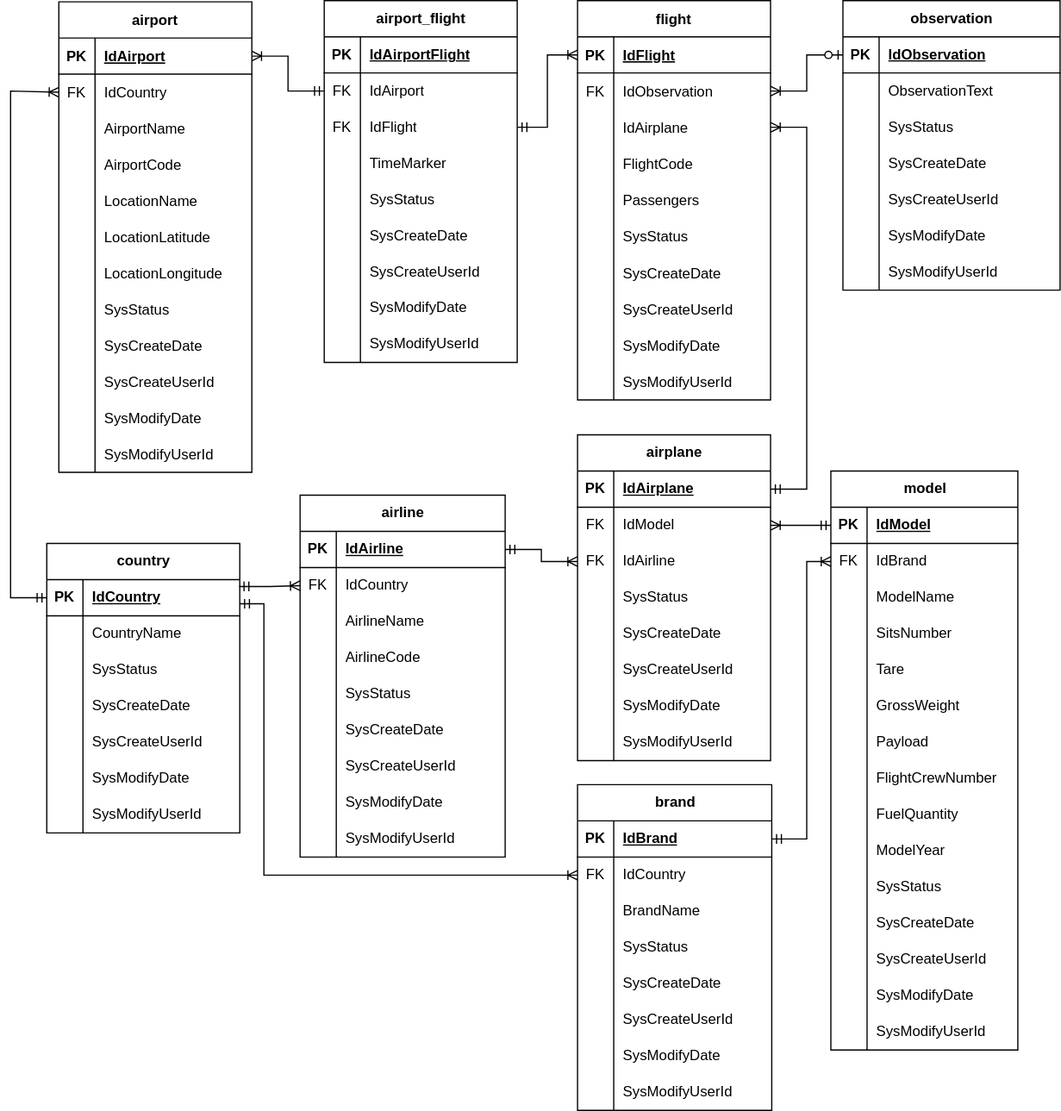
Earlier version of the draw.io export DER.drawio.svg (DanielDuarte-Developer/ProjetoBDFlightRadar). Source tidied: cells renumbered, new cells last; positions are measured from the earlier drawing's top-left corner, leaving out a move shared by most shapes.
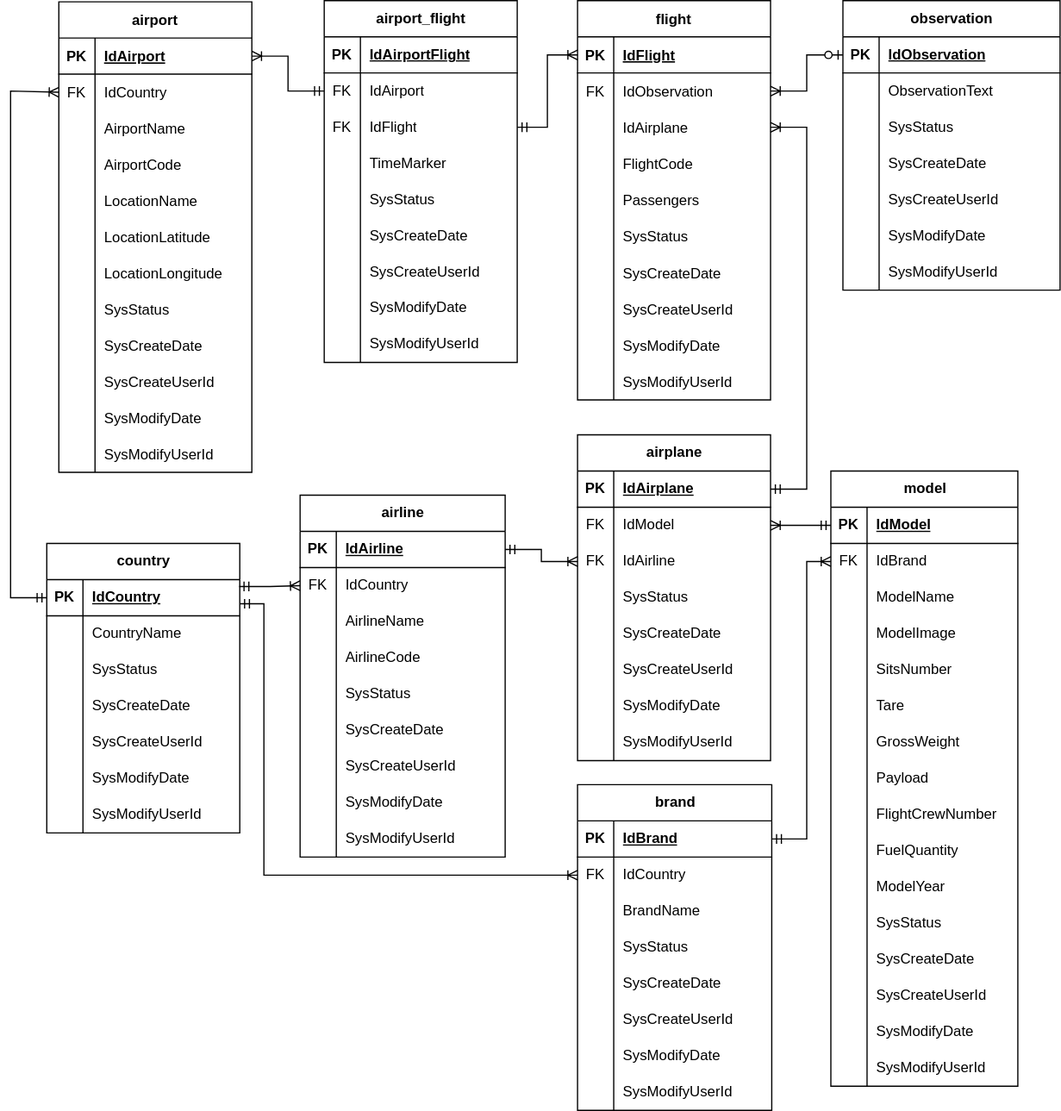
After the commit.

Diff of the diagram source:
```diff
@@ -432,7 +432,7 @@
       <mxGeometry x="30" width="130" height="30" as="geometry" />
     </mxCell>
     <mxCell id="145" value="model" style="shape=table;startSize=30;rowLines=0;fontStyle=1;align=center;html=1;" parent="1" vertex="1">
-      <mxGeometry x="680" y="390" width="155" height="480" as="geometry" />
+      <mxGeometry x="680" y="390" width="155" height="510" as="geometry" />
     </mxCell>
     <mxCell id="146" style="shape=tableRow;horizontal=0;startSize=0;swimlaneHead=0;swimlaneBody=0;fillColor=none;points=[[0,0.5],[1,0.5]];portConstraint=eastwest;top=0;left=0;right=0;bottom=1;" parent="145" vertex="1">
       <mxGeometry y="30" width="155" height="30" as="geometry" />
@@ -461,8 +461,17 @@
     <mxCell id="154" value="ModelName" style="shape=partialRectangle;fillColor=none;top=0;left=0;bottom=0;right=0;align=left;spacingLeft=6;overflow=hidden;whiteSpace=wrap;html=1;" parent="152" vertex="1">
       <mxGeometry x="30" width="125" height="30" as="geometry" />
     </mxCell>
+    <mxCell id="276" style="shape=tableRow;horizontal=0;startSize=0;swimlaneHead=0;swimlaneBody=0;fillColor=none;top=0;left=0;right=0;bottom=0;" parent="145" vertex="1">
+      <mxGeometry y="120" width="155" height="30" as="geometry" />
+    </mxCell>
+    <mxCell id="277" style="shape=partialRectangle;fillColor=none;top=0;left=0;bottom=0;right=0;overflow=hidden;whiteSpace=wrap;html=1;" parent="276" vertex="1">
+      <mxGeometry width="30" height="30" as="geometry" />
+    </mxCell>
+    <mxCell id="278" value="ModelImage" style="shape=partialRectangle;fillColor=none;top=0;left=0;bottom=0;right=0;align=left;spacingLeft=6;overflow=hidden;whiteSpace=wrap;html=1;" parent="276" vertex="1">
+      <mxGeometry x="30" width="125" height="30" as="geometry" />
+    </mxCell>
     <mxCell id="155" style="shape=tableRow;horizontal=0;startSize=0;swimlaneHead=0;swimlaneBody=0;fillColor=none;top=0;left=0;right=0;bottom=0;" parent="145" vertex="1">
-      <mxGeometry y="120" width="155" height="30" as="geometry" />
+      <mxGeometry y="150" width="155" height="30" as="geometry" />
     </mxCell>
     <mxCell id="156" style="shape=partialRectangle;fillColor=none;top=0;left=0;bottom=0;right=0;overflow=hidden;whiteSpace=wrap;html=1;" parent="155" vertex="1">
       <mxGeometry width="30" height="30" as="geometry" />
@@ -471,7 +480,7 @@
       <mxGeometry x="30" width="125" height="30" as="geometry" />
     </mxCell>
     <mxCell id="158" style="shape=tableRow;horizontal=0;startSize=0;swimlaneHead=0;swimlaneBody=0;fillColor=none;top=0;left=0;right=0;bottom=0;" parent="145" vertex="1">
-      <mxGeometry y="150" width="155" height="30" as="geometry" />
+      <mxGeometry y="180" width="155" height="30" as="geometry" />
     </mxCell>
     <mxCell id="159" style="shape=partialRectangle;fillColor=none;top=0;left=0;bottom=0;right=0;overflow=hidden;whiteSpace=wrap;html=1;" parent="158" vertex="1">
       <mxGeometry width="30" height="30" as="geometry" />
@@ -480,7 +489,7 @@
       <mxGeometry x="30" width="125" height="30" as="geometry" />
     </mxCell>
     <mxCell id="161" style="shape=tableRow;horizontal=0;startSize=0;swimlaneHead=0;swimlaneBody=0;fillColor=none;top=0;left=0;right=0;bottom=0;" parent="145" vertex="1">
-      <mxGeometry y="180" width="155" height="30" as="geometry" />
+      <mxGeometry y="210" width="155" height="30" as="geometry" />
     </mxCell>
     <mxCell id="162" style="shape=partialRectangle;fillColor=none;top=0;left=0;bottom=0;right=0;overflow=hidden;whiteSpace=wrap;html=1;" parent="161" vertex="1">
       <mxGeometry width="30" height="30" as="geometry" />
@@ -489,7 +498,7 @@
       <mxGeometry x="30" width="125" height="30" as="geometry" />
     </mxCell>
     <mxCell id="164" style="shape=tableRow;horizontal=0;startSize=0;swimlaneHead=0;swimlaneBody=0;fillColor=none;top=0;left=0;right=0;bottom=0;" parent="145" vertex="1">
-      <mxGeometry y="210" width="155" height="30" as="geometry" />
+      <mxGeometry y="240" width="155" height="30" as="geometry" />
     </mxCell>
     <mxCell id="165" style="shape=partialRectangle;fillColor=none;top=0;left=0;bottom=0;right=0;overflow=hidden;whiteSpace=wrap;html=1;" parent="164" vertex="1">
       <mxGeometry width="30" height="30" as="geometry" />
@@ -498,7 +507,7 @@
       <mxGeometry x="30" width="125" height="30" as="geometry" />
     </mxCell>
     <mxCell id="167" style="shape=tableRow;horizontal=0;startSize=0;swimlaneHead=0;swimlaneBody=0;fillColor=none;top=0;left=0;right=0;bottom=0;" parent="145" vertex="1">
-      <mxGeometry y="240" width="155" height="30" as="geometry" />
+      <mxGeometry y="270" width="155" height="30" as="geometry" />
     </mxCell>
     <mxCell id="168" style="shape=partialRectangle;fillColor=none;top=0;left=0;bottom=0;right=0;overflow=hidden;whiteSpace=wrap;html=1;" parent="167" vertex="1">
       <mxGeometry width="30" height="30" as="geometry" />
@@ -507,7 +516,7 @@
       <mxGeometry x="30" width="125" height="30" as="geometry" />
     </mxCell>
     <mxCell id="170" style="shape=tableRow;horizontal=0;startSize=0;swimlaneHead=0;swimlaneBody=0;fillColor=none;top=0;left=0;right=0;bottom=0;" parent="145" vertex="1">
-      <mxGeometry y="270" width="155" height="30" as="geometry" />
+      <mxGeometry y="300" width="155" height="30" as="geometry" />
     </mxCell>
     <mxCell id="171" style="shape=partialRectangle;fillColor=none;top=0;left=0;bottom=0;right=0;overflow=hidden;whiteSpace=wrap;html=1;" parent="170" vertex="1">
       <mxGeometry width="30" height="30" as="geometry" />
@@ -516,7 +525,7 @@
       <mxGeometry x="30" width="125" height="30" as="geometry" />
     </mxCell>
     <mxCell id="173" style="shape=tableRow;horizontal=0;startSize=0;swimlaneHead=0;swimlaneBody=0;fillColor=none;top=0;left=0;right=0;bottom=0;" parent="145" vertex="1">
-      <mxGeometry y="300" width="155" height="30" as="geometry" />
+      <mxGeometry y="330" width="155" height="30" as="geometry" />
     </mxCell>
     <mxCell id="174" style="shape=partialRectangle;fillColor=none;top=0;left=0;bottom=0;right=0;overflow=hidden;whiteSpace=wrap;html=1;" parent="173" vertex="1">
       <mxGeometry width="30" height="30" as="geometry" />
@@ -525,7 +534,7 @@
       <mxGeometry x="30" width="125" height="30" as="geometry" />
     </mxCell>
     <mxCell id="176" style="shape=tableRow;horizontal=0;startSize=0;swimlaneHead=0;swimlaneBody=0;fillColor=none;top=0;left=0;right=0;bottom=0;" parent="145" vertex="1">
-      <mxGeometry y="330" width="155" height="30" as="geometry" />
+      <mxGeometry y="360" width="155" height="30" as="geometry" />
     </mxCell>
     <mxCell id="177" style="shape=partialRectangle;fillColor=none;top=0;left=0;bottom=0;right=0;overflow=hidden;whiteSpace=wrap;html=1;" parent="176" vertex="1">
       <mxGeometry width="30" height="30" as="geometry" />
@@ -534,7 +543,7 @@
       <mxGeometry x="30" width="125" height="30" as="geometry" />
     </mxCell>
     <mxCell id="179" style="shape=tableRow;horizontal=0;startSize=0;swimlaneHead=0;swimlaneBody=0;fillColor=none;top=0;left=0;right=0;bottom=0;" parent="145" vertex="1">
-      <mxGeometry y="360" width="155" height="30" as="geometry" />
+      <mxGeometry y="390" width="155" height="30" as="geometry" />
     </mxCell>
     <mxCell id="180" style="shape=partialRectangle;fillColor=none;top=0;left=0;bottom=0;right=0;overflow=hidden;whiteSpace=wrap;html=1;" parent="179" vertex="1">
       <mxGeometry width="30" height="30" as="geometry" />
@@ -543,7 +552,7 @@
       <mxGeometry x="30" width="125" height="30" as="geometry" />
     </mxCell>
     <mxCell id="182" style="shape=tableRow;horizontal=0;startSize=0;swimlaneHead=0;swimlaneBody=0;fillColor=none;top=0;left=0;right=0;bottom=0;" parent="145" vertex="1">
-      <mxGeometry y="390" width="155" height="30" as="geometry" />
+      <mxGeometry y="420" width="155" height="30" as="geometry" />
     </mxCell>
     <mxCell id="183" style="shape=partialRectangle;fillColor=none;top=0;left=0;bottom=0;right=0;overflow=hidden;whiteSpace=wrap;html=1;" parent="182" vertex="1">
       <mxGeometry width="30" height="30" as="geometry" />
@@ -552,7 +561,7 @@
       <mxGeometry x="30" width="125" height="30" as="geometry" />
     </mxCell>
     <mxCell id="185" style="shape=tableRow;horizontal=0;startSize=0;swimlaneHead=0;swimlaneBody=0;fillColor=none;top=0;left=0;right=0;bottom=0;" parent="145" vertex="1">
-      <mxGeometry y="420" width="155" height="30" as="geometry" />
+      <mxGeometry y="450" width="155" height="30" as="geometry" />
     </mxCell>
     <mxCell id="186" style="shape=partialRectangle;fillColor=none;top=0;left=0;bottom=0;right=0;overflow=hidden;whiteSpace=wrap;html=1;" parent="185" vertex="1">
       <mxGeometry width="30" height="30" as="geometry" />
@@ -561,7 +570,7 @@
       <mxGeometry x="30" width="125" height="30" as="geometry" />
     </mxCell>
     <mxCell id="188" style="shape=tableRow;horizontal=0;startSize=0;swimlaneHead=0;swimlaneBody=0;fillColor=none;top=0;left=0;right=0;bottom=0;" parent="145" vertex="1">
-      <mxGeometry y="450" width="155" height="30" as="geometry" />
+      <mxGeometry y="480" width="155" height="30" as="geometry" />
     </mxCell>
     <mxCell id="189" style="shape=partialRectangle;fillColor=none;top=0;left=0;bottom=0;right=0;overflow=hidden;whiteSpace=wrap;html=1;" parent="188" vertex="1">
       <mxGeometry width="30" height="30" as="geometry" />
```
